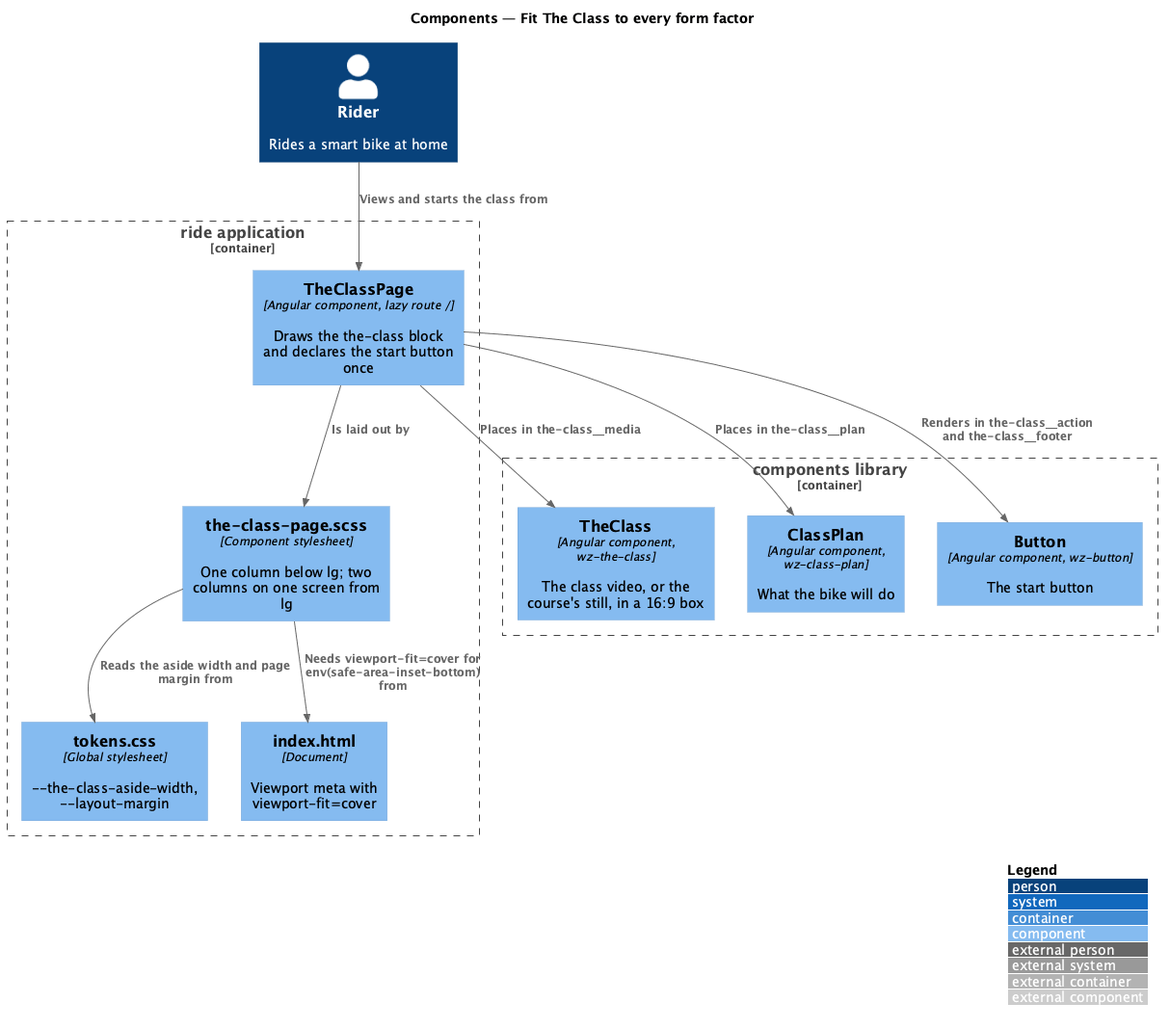
Before: docs/detailed-designs/ui/fit-the-class-to-every-form-factor/diagrams/c4-component.png, a diagram exported from PlantUML (QuinntyneBrown/ride-one). Source of this version:
```plantuml
@startuml
!include <C4/C4_Component>
LAYOUT_WITH_LEGEND()
title Components — Fit The Class to every form factor

Person(rider, "Rider", "Rides a smart bike at home")
Container_Boundary(ride, "ride application") {
  Component(page, "TheClassPage", "Angular component, lazy route /", "Draws the the-class block and declares the start button once")
  Component(sheet, "the-class-page.scss", "Component stylesheet", "One column below lg; two columns on one screen from lg")
  Component(tokens, "tokens.css", "Global stylesheet", "~--the-class-aside-width, ~--layout-margin")
  Component(index, "index.html", "Document", "Viewport meta with viewport-fit=cover")
}
Container_Boundary(components, "components library") {
  Component(video, "TheClass", "Angular component, wz-the-class", "The class video, or the course's still, in a 16:9 box")
  Component(plan, "ClassPlan", "Angular component, wz-class-plan", "What the bike will do")
  Component(button, "Button", "Angular component, wz-button", "The start button")
}
Rel(rider, page, "Views and starts the class from")
Rel(page, sheet, "Is laid out by")
Rel(page, video, "Places in the-class~__media")
Rel(page, plan, "Places in the-class~__plan")
Rel(page, button, "Renders in the-class~__action and the-class~__footer")
Rel(sheet, tokens, "Reads the aside width and page margin from")
Rel(sheet, index, "Needs viewport-fit=cover for env(safe-area-inset-bottom) from")
@enduml
```
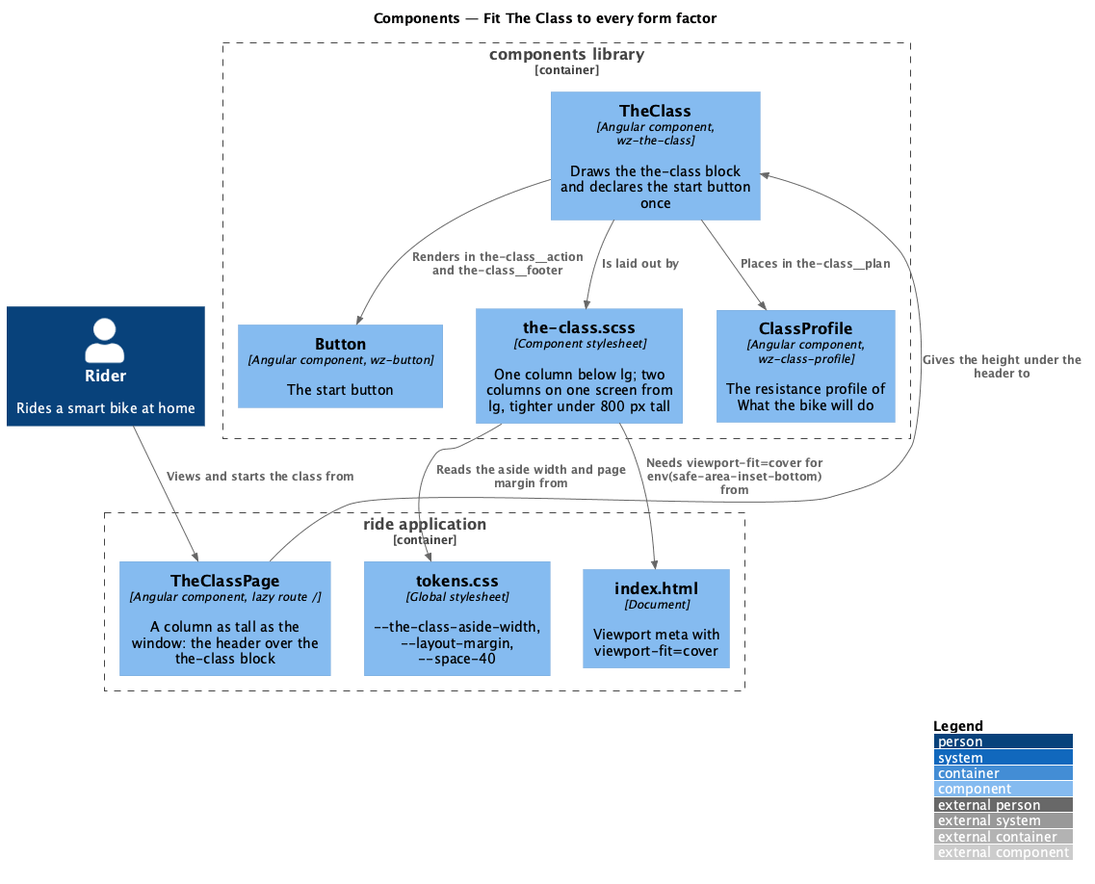
The same diagram one commit later.

Diff of the diagram source:
```diff
@@ -5,21 +5,21 @@
 
 Person(rider, "Rider", "Rides a smart bike at home")
 Container_Boundary(ride, "ride application") {
-  Component(page, "TheClassPage", "Angular component, lazy route /", "Draws the the-class block and declares the start button once")
-  Component(sheet, "the-class-page.scss", "Component stylesheet", "One column below lg; two columns on one screen from lg")
-  Component(tokens, "tokens.css", "Global stylesheet", "~--the-class-aside-width, ~--layout-margin")
+  Component(page, "TheClassPage", "Angular component, lazy route /", "A column as tall as the window: the header over the the-class block")
+  Component(tokens, "tokens.css", "Global stylesheet", "~--the-class-aside-width, ~--layout-margin, ~--space-40")
   Component(index, "index.html", "Document", "Viewport meta with viewport-fit=cover")
 }
 Container_Boundary(components, "components library") {
-  Component(video, "TheClass", "Angular component, wz-the-class", "The class video, or the course's still, in a 16:9 box")
-  Component(plan, "ClassPlan", "Angular component, wz-class-plan", "What the bike will do")
+  Component(block, "TheClass", "Angular component, wz-the-class", "Draws the the-class block and declares the start button once")
+  Component(sheet, "the-class.scss", "Component stylesheet", "One column below lg; two columns on one screen from lg, tighter under 800 px tall")
+  Component(plan, "ClassProfile", "Angular component, wz-class-profile", "The resistance profile of What the bike will do")
   Component(button, "Button", "Angular component, wz-button", "The start button")
 }
 Rel(rider, page, "Views and starts the class from")
-Rel(page, sheet, "Is laid out by")
-Rel(page, video, "Places in the-class~__media")
-Rel(page, plan, "Places in the-class~__plan")
-Rel(page, button, "Renders in the-class~__action and the-class~__footer")
+Rel(page, block, "Gives the height under the header to")
+Rel(block, sheet, "Is laid out by")
+Rel(block, plan, "Places in the-class~__plan")
+Rel(block, button, "Renders in the-class~__action and the-class~__footer")
 Rel(sheet, tokens, "Reads the aside width and page margin from")
 Rel(sheet, index, "Needs viewport-fit=cover for env(safe-area-inset-bottom) from")
 @enduml
```
